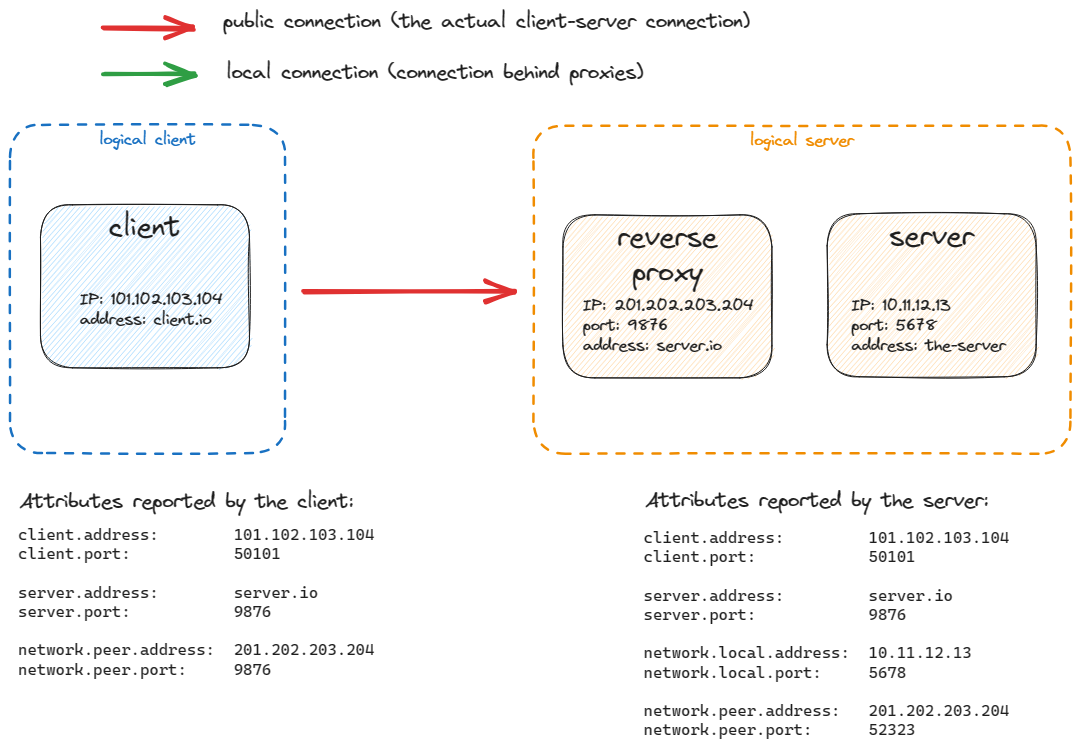
open-telemetry/semantic-conventions keeps this Excalidraw diagram as docs/general/reverse-proxy.png. Above is the earlier version. Source tidied: one line per element, renumbered; positions are measured from the earlier drawing's top-left corner, leaving out a move shared by most shapes.
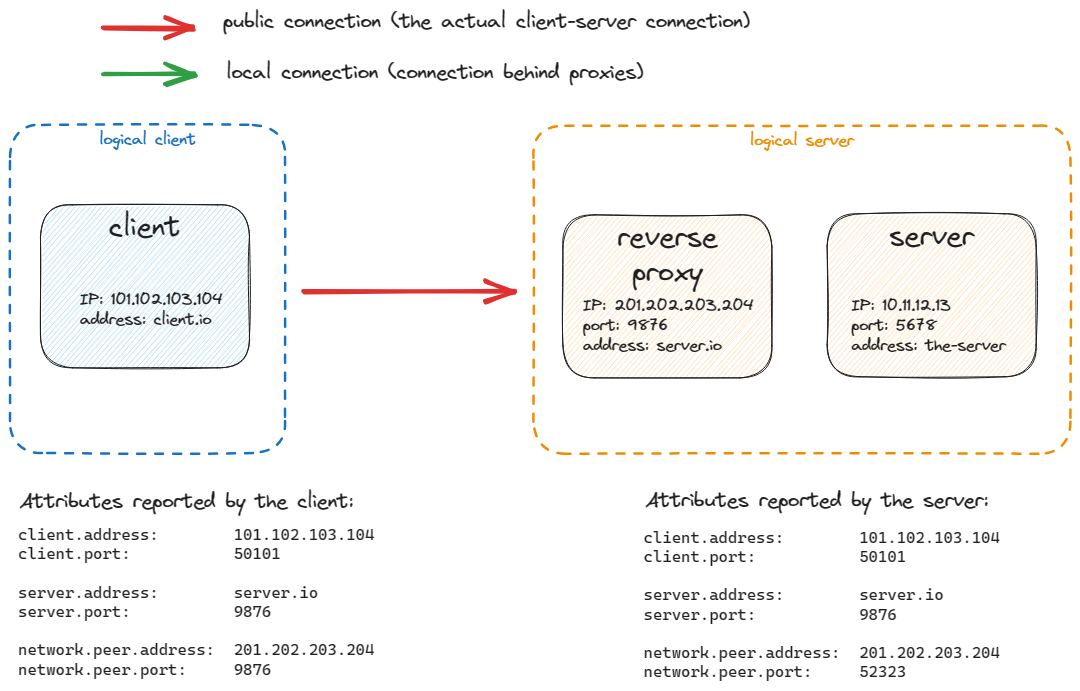
Above is the later version.

Change to the diagram source:
```diff
@@ -17,6 +17,6 @@
 {"id": 16, "type": "rectangle", "strokeColor": "#1e1e1e", "backgroundColor": "#ffd8a8", "fillStyle": "hachure", "strokeWidth": 1, "roughness": 1, "round": true, "x": 817, "y": 204, "width": 209, "height": 163}
 {"id": 17, "type": "text", "text": "server", "strokeColor": "#1e1e1e", "backgroundColor": "#a5d8ff", "fillStyle": "hachure", "strokeWidth": 1, "roughness": 1, "fontSize": 28, "fontFamily": 1, "textAlign": "center", "inside": 16, "x": 879, "y": 209, "width": 85, "height": 35}
 {"id": 18, "type": "text", "text": "IP: 10.11.12.13\nport: 5678\naddress: the-server", "strokeColor": "#1e1e1e", "backgroundColor": "#a5d8ff", "fillStyle": "hachure", "strokeWidth": 1, "roughness": 1, "fontSize": 16, "fontFamily": 1, "x": 841, "y": 286, "width": 154, "height": 60}
-{"id": 19, "type": "text", "text": "client.address:         101.102.103.104\nclient.port:            50101\n\nserver.address:         server.io\nserver.port:            9876\n\nnetwork.local.address:  10.11.12.13\nnetwork.local.port:     5678\n\nnetwork.peer.address:   201.202.203.204\nnetwork.peer.port:      52323", "strokeColor": "#1e1e1e", "backgroundColor": "#a5d8ff", "fillStyle": "hachure", "strokeWidth": 1, "roughness": 1, "fontSize": 16, "fontFamily": 3, "x": 634, "y": 518, "width": 366, "height": 211}
+{"id": 19, "type": "text", "text": "client.address:        101.102.103.104\nclient.port:           50101\n\nserver.address:        server.io\nserver.port:           9876\n\nnetwork.peer.address:  201.202.203.204\nnetwork.peer.port:     52323", "strokeColor": "#1e1e1e", "backgroundColor": "#a5d8ff", "fillStyle": "hachure", "strokeWidth": 1, "roughness": 1, "fontSize": 16, "fontFamily": 3, "x": 634, "y": 518, "width": 356, "height": 154}
 {"id": 20, "type": "text", "text": "Attributes reported by the client:", "strokeColor": "#1e1e1e", "backgroundColor": "#a5d8ff", "fillStyle": "hachure", "strokeWidth": 1, "roughness": 1, "fontSize": 20, "fontFamily": 1, "x": 9, "y": 480, "width": 334, "height": 25}
 {"id": 21, "type": "text", "text": "Attributes reported by the server:", "strokeColor": "#1e1e1e", "backgroundColor": "#a5d8ff", "fillStyle": "hachure", "strokeWidth": 1, "roughness": 1, "fontSize": 20, "fontFamily": 1, "x": 635, "y": 479, "width": 343, "height": 25}
```
